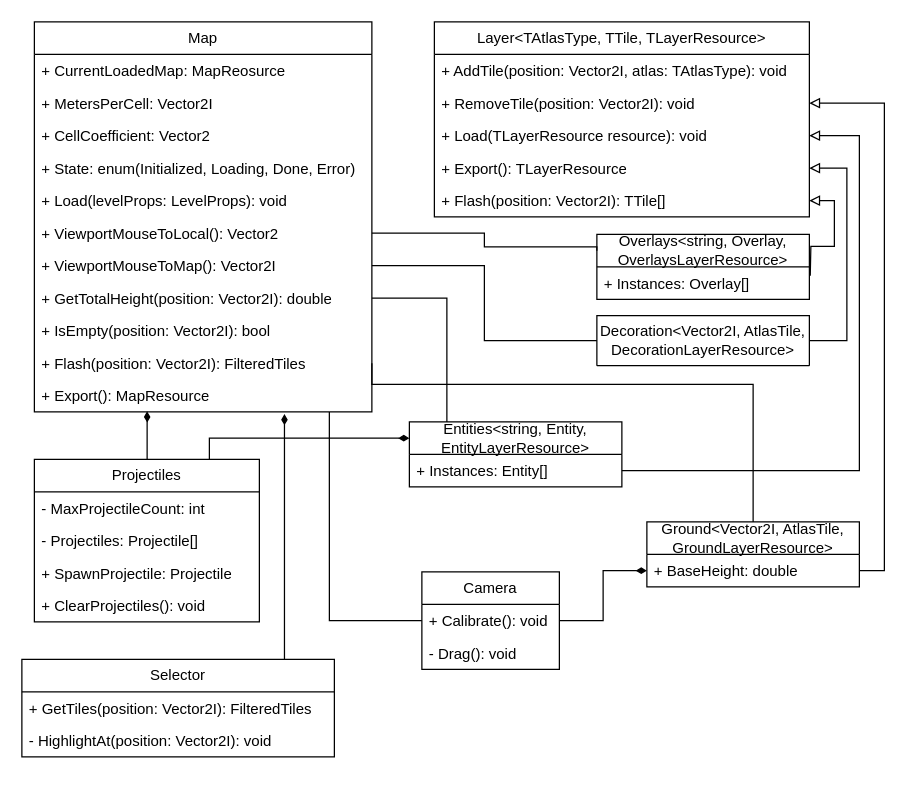
1ivyatan/drumstalotajs keeps this draw.io diagram as Documentation/Models/MapClasses.drawio. Above is the earlier version. Source tidied: cells renumbered, new cells numbered last; positions are measured from the earlier drawing's top-left corner, leaving out a move shared by most shapes. Both pictures are drawn from the tidied source at 125%, with x=0, y=0 at pixel (21, 21).
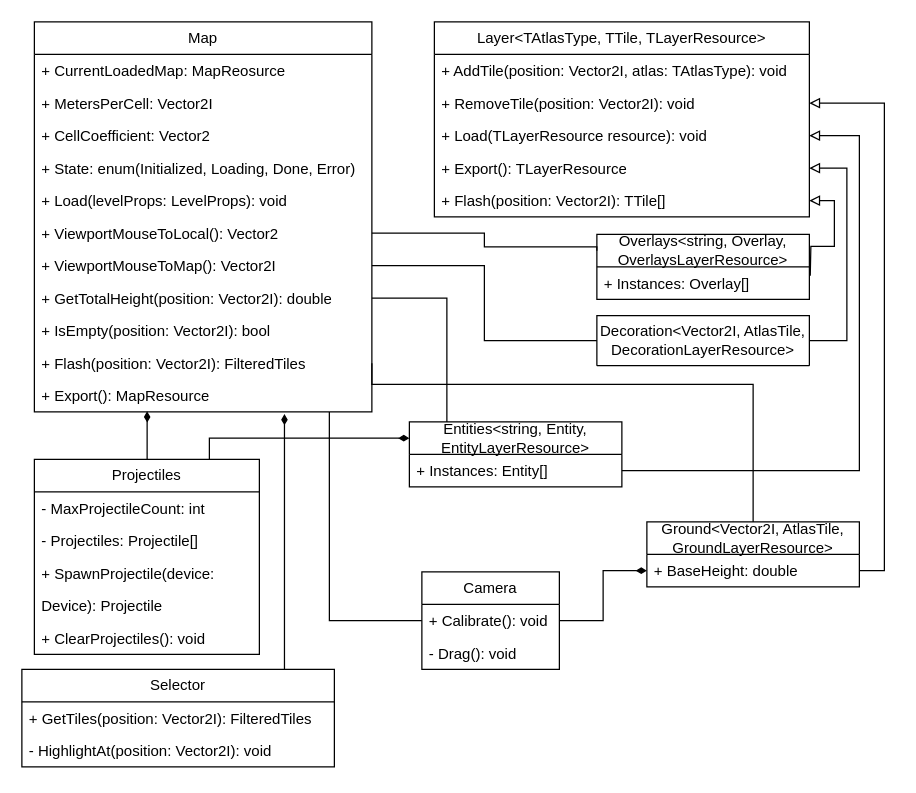
After the change.

Change to the diagram source:
```diff
@@
     <mxCell id="36" value="Projectiles" style="swimlane;fontStyle=0;horizontal=1;startSize=26;fillColor=none;whiteSpace=wrap;html=1;" parent="1" vertex="1">
-      <mxGeometry x="10" y="350" width="180" height="130" as="geometry" />
+      <mxGeometry x="10" y="350" width="180" height="156" as="geometry" />
     </mxCell>
@@
-    <mxCell id="39" value="+ SpawnProjectile: Projectile" style="text;strokeColor=none;fillColor=none;align=left;verticalAlign=top;spacingLeft=4;spacingRight=4;overflow=hidden;whiteSpace=wrap;html=1;" parent="36" vertex="1">
+    <mxCell id="39" value="+ SpawnProjectile(device:&amp;nbsp;" style="text;strokeColor=none;fillColor=none;align=left;verticalAlign=top;spacingLeft=4;spacingRight=4;overflow=hidden;whiteSpace=wrap;html=1;" parent="36" vertex="1">
       <mxGeometry y="78" width="180" height="26" as="geometry" />
     </mxCell>
+    <mxCell id="51" value="Device): Projectile" style="text;strokeColor=none;fillColor=none;align=left;verticalAlign=top;spacingLeft=4;spacingRight=4;overflow=hidden;whiteSpace=wrap;html=1;" parent="36" vertex="1">
+      <mxGeometry y="104" width="180" height="26" as="geometry" />
+    </mxCell>
     <mxCell id="40" value="+ ClearProjectiles(): void" style="text;strokeColor=none;fillColor=none;align=left;verticalAlign=top;spacingLeft=4;spacingRight=4;overflow=hidden;whiteSpace=wrap;html=1;" parent="36" vertex="1">
-      <mxGeometry y="104" width="180" height="26" as="geometry" />
+      <mxGeometry y="130" width="180" height="26" as="geometry" />
     </mxCell>
@@
     <mxCell id="42" value="Selector" style="swimlane;fontStyle=0;horizontal=1;startSize=26;fillColor=none;whiteSpace=wrap;html=1;" parent="1" vertex="1">
-      <mxGeometry y="510" width="250" height="78" as="geometry" />
+      <mxGeometry y="518" width="250" height="78" as="geometry" />
     </mxCell>
```
